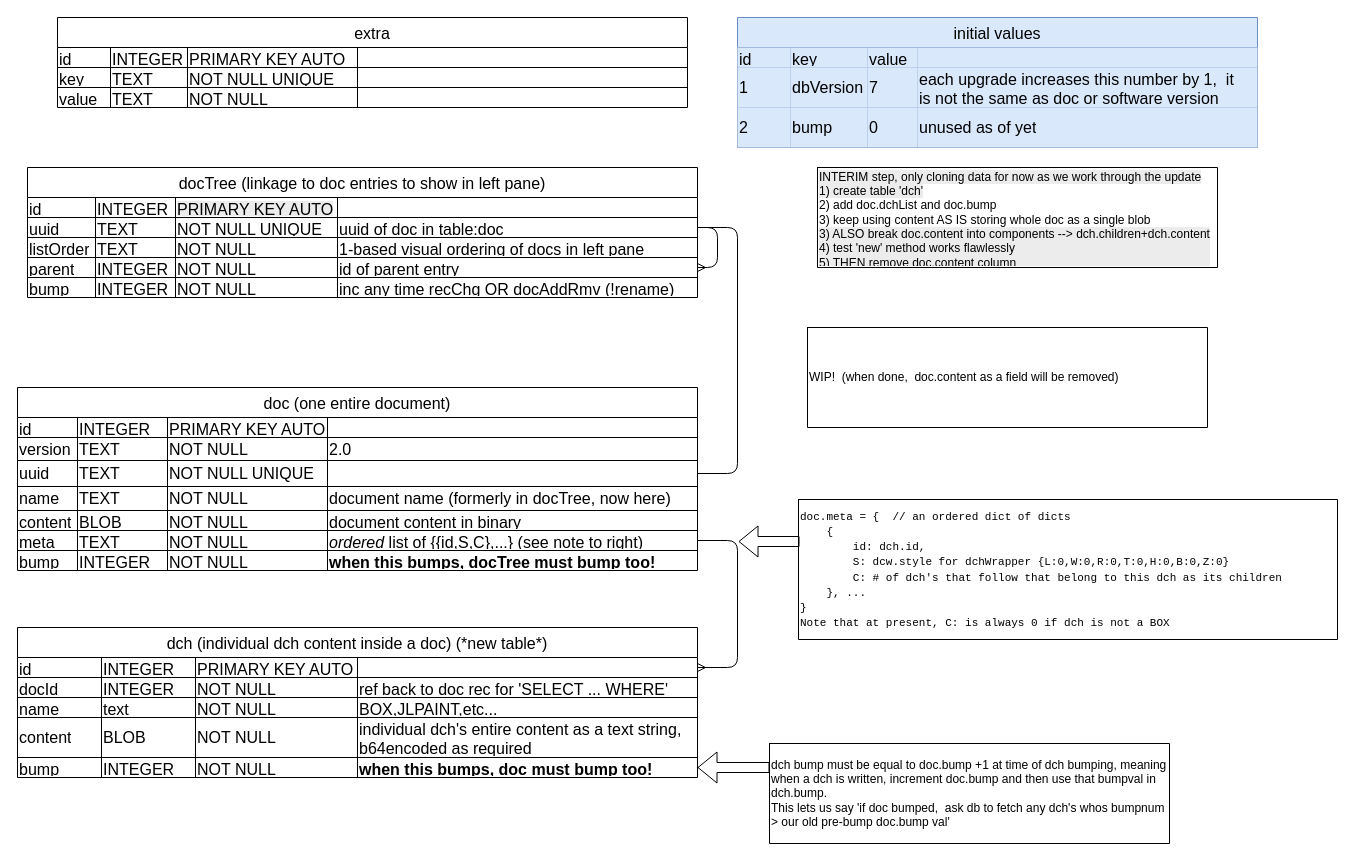
Before: extra/docs/Database_backend-V0006-0007(WIP).drawio in Malendryn/JotLiner, a draw.io diagram. Source tidied: cells renumbered, new cells numbered last; positions are measured from the earlier drawing's top-left corner, leaving out a move shared by most shapes. Both pictures are drawn from the tidied source at 100%, with x=0, y=0 at pixel (17, 17).
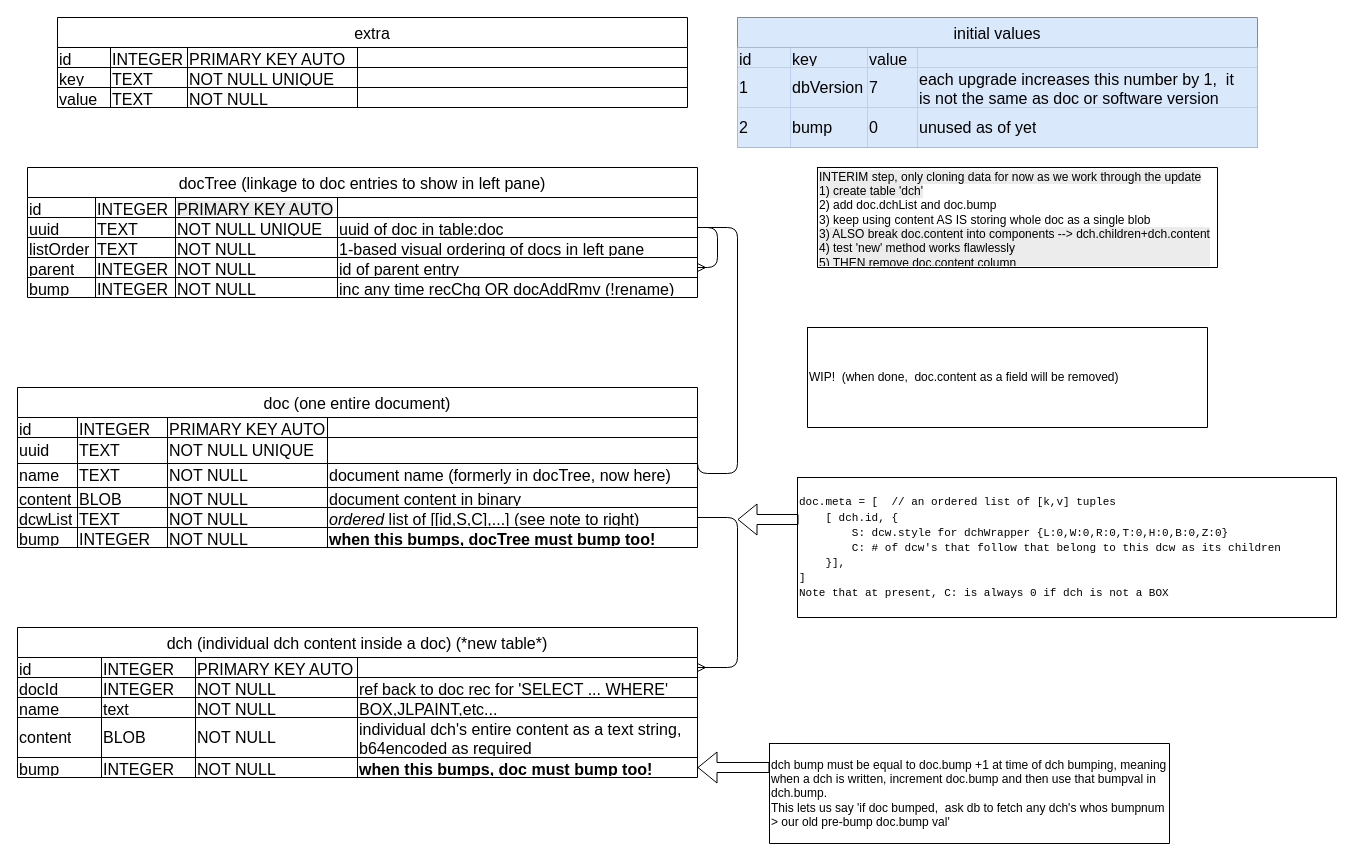
The same diagram, later.

Unchanged cells that the change refers to:
```xml
<mxCell id="98" style="shape=tableRow;horizontal=0;startSize=0;swimlaneHead=0;swimlaneBody=0;strokeColor=inherit;top=0;left=0;bottom=0;right=0;fillColor=none;points=[[0,0.5],[1,0.5]];portConstraint=eastwest;fontSize=16;align=left;" parent="97" vertex="1">
  <mxGeometry y="30" width="680" height="20" as="geometry" />
</mxCell>
<mxCell id="133" style="shape=tableRow;horizontal=0;startSize=0;swimlaneHead=0;swimlaneBody=0;strokeColor=inherit;top=0;left=0;bottom=0;right=0;fillColor=none;" parent="132" vertex="1">
  <mxGeometry width="539" height="140" as="geometry" />
</mxCell>
```

The edit, as a diff of the source:
```diff
@@
     <mxCell id="18" value="doc (one entire document)" style="shape=table;startSize=30;childLayout=tableLayout;strokeColor=default;fontSize=16;align=center;" parent="1" vertex="1">
-      <mxGeometry y="370" width="680" height="183" as="geometry" />
+      <mxGeometry y="370" width="680" height="160" as="geometry" />
     </mxCell>
@@
-    <mxCell id="24" style="shape=tableRow;horizontal=0;startSize=0;swimlaneHead=0;swimlaneBody=0;strokeColor=inherit;top=0;left=0;bottom=0;right=0;fillColor=none;fontSize=16;align=left;" parent="18" vertex="1">
-      <mxGeometry y="50" width="680" height="23" as="geometry" />
-    </mxCell>
-    <mxCell id="25" value="version" style="shape=partialRectangle;html=1;strokeColor=inherit;overflow=hidden;fillColor=none;top=0;left=0;bottom=0;right=0;fontSize=16;text-align:right;align=left;" parent="24" vertex="1">
-      <mxGeometry width="60" height="23" as="geometry" />
-    </mxCell>
-    <mxCell id="26" value="TEXT" style="shape=partialRectangle;html=1;strokeColor=inherit;overflow=hidden;fillColor=none;top=0;left=0;bottom=0;right=0;fontSize=16;align=left;" parent="24" vertex="1">
-      <mxGeometry x="60" width="90" height="23" as="geometry" />
-    </mxCell>
-    <mxCell id="27" value="NOT NULL" style="shape=partialRectangle;html=1;strokeColor=inherit;overflow=hidden;fillColor=none;top=0;left=0;bottom=0;right=0;fontSize=16;align=left;" parent="24" vertex="1">
-      <mxGeometry x="150" width="160" height="23" as="geometry" />
-    </mxCell>
-    <mxCell id="28" value="2.0" style="shape=partialRectangle;html=1;strokeColor=inherit;overflow=hidden;fillColor=none;top=0;left=0;bottom=0;right=0;fontSize=16;align=left;" parent="24" vertex="1">
-      <mxGeometry x="310" width="370" height="23" as="geometry" />
-    </mxCell>
     <mxCell id="29" style="shape=tableRow;horizontal=0;startSize=0;swimlaneHead=0;swimlaneBody=0;strokeColor=inherit;top=0;left=0;bottom=0;right=0;fillColor=none;points=[[0,0.5],[1,0.5]];portConstraint=eastwest;fontSize=16;align=left;" parent="18" vertex="1">
-      <mxGeometry y="73" width="680" height="26" as="geometry" />
+      <mxGeometry y="50" width="680" height="26" as="geometry" />
     </mxCell>
@@
     <mxCell id="34" style="shape=tableRow;horizontal=0;startSize=0;swimlaneHead=0;swimlaneBody=0;strokeColor=inherit;top=0;left=0;bottom=0;right=0;fillColor=none;fontSize=16;align=left;" parent="18" vertex="1">
-      <mxGeometry y="99" width="680" height="24" as="geometry" />
+      <mxGeometry y="76" width="680" height="24" as="geometry" />
     </mxCell>
@@
     <mxCell id="39" style="shape=tableRow;horizontal=0;startSize=0;swimlaneHead=0;swimlaneBody=0;strokeColor=inherit;top=0;left=0;bottom=0;right=0;fillColor=none;fontSize=16;align=left;" parent="18" vertex="1">
-      <mxGeometry y="123" width="680" height="20" as="geometry" />
+      <mxGeometry y="100" width="680" height="20" as="geometry" />
     </mxCell>
@@
     <mxCell id="44" style="shape=tableRow;horizontal=0;startSize=0;swimlaneHead=0;swimlaneBody=0;strokeColor=inherit;top=0;left=0;bottom=0;right=0;fillColor=none;points=[[0,0.5],[1,0.5]];portConstraint=eastwest;fontSize=16;align=left;" parent="18" vertex="1">
-      <mxGeometry y="143" width="680" height="20" as="geometry" />
+      <mxGeometry y="120" width="680" height="20" as="geometry" />
     </mxCell>
-    <mxCell id="45" value="meta" style="shape=partialRectangle;html=1;strokeColor=inherit;overflow=hidden;fillColor=none;top=0;left=0;bottom=0;right=0;fontSize=16;align=left;fontColor=#000000;" parent="44" vertex="1">
+    <mxCell id="45" value="dcwList" style="shape=partialRectangle;html=1;strokeColor=inherit;overflow=hidden;fillColor=none;top=0;left=0;bottom=0;right=0;fontSize=16;align=left;fontColor=#000000;" parent="44" vertex="1">
       <mxGeometry width="60" height="20" as="geometry" />
     </mxCell>
@@
-    <mxCell id="48" value="&lt;i&gt;ordered&lt;/i&gt; list of {{id,S,C},...} (see note to right)" style="shape=partialRectangle;html=1;strokeColor=inherit;overflow=hidden;fillColor=none;top=0;left=0;bottom=0;right=0;fontSize=16;align=left;fontColor=#000000;" parent="44" vertex="1">
+    <mxCell id="48" value="&lt;i&gt;ordered&lt;/i&gt; list of [[id,S,C],...] (see note to right)" style="shape=partialRectangle;html=1;strokeColor=inherit;overflow=hidden;fillColor=none;top=0;left=0;bottom=0;right=0;fontSize=16;align=left;fontColor=#000000;" parent="44" vertex="1">
       <mxGeometry x="310" width="370" height="20" as="geometry" />
     </mxCell>
     <mxCell id="49" style="shape=tableRow;horizontal=0;startSize=0;swimlaneHead=0;swimlaneBody=0;strokeColor=inherit;top=0;left=0;bottom=0;right=0;fillColor=none;fontSize=16;align=left;" parent="18" vertex="1">
-      <mxGeometry y="163" width="680" height="20" as="geometry" />
+      <mxGeometry y="140" width="680" height="20" as="geometry" />
     </mxCell>
@@
     <mxCell id="125" style="edgeStyle=orthogonalEdgeStyle;rounded=1;jettySize=auto;html=1;exitX=1;exitY=0.5;exitDx=0;exitDy=0;entryX=1;entryY=0.5;entryDx=0;entryDy=0;startArrow=none;startFill=0;endArrow=ERmany;endFill=0;curved=0;" parent="1" edge="1" source="44" target="98">
       <mxGeometry relative="1" as="geometry">
         <Array as="points">
-          <mxPoint x="720" y="523" />
+          <mxPoint x="720" y="500" />
           <mxPoint x="720" y="650" />
         </Array>
       </mxGeometry>
     </mxCell>
@@
     <mxCell id="132" style="shape=table;startSize=0;childLayout=tableLayout;" parent="1" vertex="1">
-      <mxGeometry x="781" y="482" width="539" height="140" as="geometry" />
+      <mxGeometry x="780" y="460" width="539" height="140" as="geometry" />
     </mxCell>
@@
-    <mxCell id="134" value="&lt;font style=&quot;font-size: 11px;&quot; face=&quot;Courier New&quot;&gt;doc.meta = {&amp;nbsp; // an ordered dict of dicts&lt;/font&gt;&lt;div&gt;&lt;font style=&quot;font-size: 11px;&quot; face=&quot;Courier New&quot;&gt;&lt;span style=&quot;background-color: transparent; color: light-dark(rgb(0, 0, 0), rgb(255, 255, 255));&quot;&gt;&amp;nbsp; &amp;nbsp; {&amp;nbsp;&lt;/span&gt;&lt;br&gt;&lt;span style=&quot;background-color: transparent; color: light-dark(rgb(0, 0, 0), rgb(255, 255, 255));&quot;&gt;&amp;nbsp; &amp;nbsp; &amp;nbsp; &amp;nbsp; id: dch.id,&lt;/span&gt;&lt;br&gt;&lt;span style=&quot;background-color: transparent; color: light-dark(rgb(0, 0, 0), rgb(255, 255, 255));&quot;&gt;&amp;nbsp; &amp;nbsp; &amp;nbsp; &amp;nbsp; S: dcw.style for dchWrapper&amp;nbsp;&lt;/span&gt;{L:0,W:0,R:0,&lt;span style=&quot;color: light-dark(rgb(0, 0, 0), rgb(255, 255, 255)); background-color: transparent;&quot;&gt;T:0,H:0,B:0,Z:0}&lt;/span&gt;&lt;br&gt;&lt;span style=&quot;background-color: transparent; color: light-dark(rgb(0, 0, 0), rgb(255, 255, 255));&quot;&gt;&amp;nbsp; &amp;nbsp; &amp;nbsp; &amp;nbsp; C: # of dch's that follow that belong to this dch as its children&lt;/span&gt;&lt;br&gt;&lt;/font&gt;&lt;div&gt;&lt;font style=&quot;font-size: 11px;&quot; face=&quot;Courier New&quot;&gt;&amp;nbsp; &amp;nbsp; }, ...&lt;/font&gt;&lt;/div&gt;&lt;div&gt;&lt;font style=&quot;font-size: 11px;&quot; face=&quot;Courier New&quot;&gt;}&lt;/font&gt;&lt;/div&gt;&lt;/div&gt;&lt;div&gt;&lt;font style=&quot;font-size: 11px;&quot; face=&quot;Courier New&quot;&gt;Note that at present, C: is always 0 if dch is not a BOX&lt;/font&gt;&lt;/div&gt;" style="shape=partialRectangle;html=1;whiteSpace=wrap;strokeColor=inherit;overflow=hidden;fillColor=none;top=0;left=0;bottom=0;right=0;align=left;" parent="133" vertex="1">
+    <mxCell id="134" value="&lt;font style=&quot;font-size: 11px;&quot; face=&quot;Courier New&quot;&gt;doc.meta = [&amp;nbsp; // an ordered list of [k,v] tuples&lt;/font&gt;&lt;div&gt;&lt;font style=&quot;font-size: 11px;&quot; face=&quot;Courier New&quot;&gt;&lt;span style=&quot;background-color: transparent; color: light-dark(rgb(0, 0, 0), rgb(255, 255, 255));&quot;&gt;&amp;nbsp; &amp;nbsp; [&amp;nbsp;&lt;/span&gt;&lt;span style=&quot;background-color: transparent; color: light-dark(rgb(0, 0, 0), rgb(255, 255, 255));&quot;&gt;dch.id,&amp;nbsp;&lt;/span&gt;&lt;span style=&quot;background-color: transparent; color: light-dark(rgb(0, 0, 0), rgb(255, 255, 255));&quot;&gt;{&lt;/span&gt;&lt;/font&gt;&lt;/div&gt;&lt;div&gt;&lt;font style=&quot;font-size: 11px;&quot; face=&quot;Courier New&quot;&gt;&lt;span style=&quot;background-color: transparent; color: light-dark(rgb(0, 0, 0), rgb(255, 255, 255));&quot;&gt;&amp;nbsp; &amp;nbsp; &amp;nbsp; &amp;nbsp; S: dcw.style for dchWrapper&amp;nbsp;&lt;/span&gt;{L:0,W:0,R:0,&lt;span style=&quot;color: light-dark(rgb(0, 0, 0), rgb(255, 255, 255)); background-color: transparent;&quot;&gt;T:0,H:0,B:0,Z:0}&lt;/span&gt;&lt;br&gt;&lt;span style=&quot;background-color: transparent; color: light-dark(rgb(0, 0, 0), rgb(255, 255, 255));&quot;&gt;&amp;nbsp; &amp;nbsp; &amp;nbsp; &amp;nbsp; C: # of dcw's that follow that belong to this dcw as its children&lt;/span&gt;&lt;br&gt;&lt;/font&gt;&lt;div&gt;&lt;font style=&quot;font-size: 11px;&quot; face=&quot;Courier New&quot;&gt;&amp;nbsp; &amp;nbsp; }],&lt;/font&gt;&lt;/div&gt;&lt;div&gt;&lt;font style=&quot;font-size: 11px;&quot; face=&quot;Courier New&quot;&gt;]&lt;/font&gt;&lt;/div&gt;&lt;/div&gt;&lt;div&gt;&lt;font style=&quot;font-size: 11px;&quot; face=&quot;Courier New&quot;&gt;Note that at present, C: is always 0 if dch is not a BOX&lt;/font&gt;&lt;/div&gt;" style="shape=partialRectangle;html=1;whiteSpace=wrap;strokeColor=inherit;overflow=hidden;fillColor=none;top=0;left=0;bottom=0;right=0;align=left;" parent="133" vertex="1">
       <mxGeometry width="539" height="140" as="geometry" />
     </mxCell>
@@
     <mxCell id="136" style="shape=flexArrow;endArrow=classic;html=1;rounded=0;exitX=0.003;exitY=0.4;exitDx=0;exitDy=0;exitPerimeter=0;" parent="1" edge="1">
       <mxGeometry relative="1" as="geometry">
-        <mxPoint x="782" y="524" as="sourcePoint" />
-        <mxPoint x="721" y="524" as="targetPoint" />
+        <mxPoint x="781" y="502" as="sourcePoint" />
+        <mxPoint x="720" y="502" as="targetPoint" />
       </mxGeometry>
     </mxCell>
```
